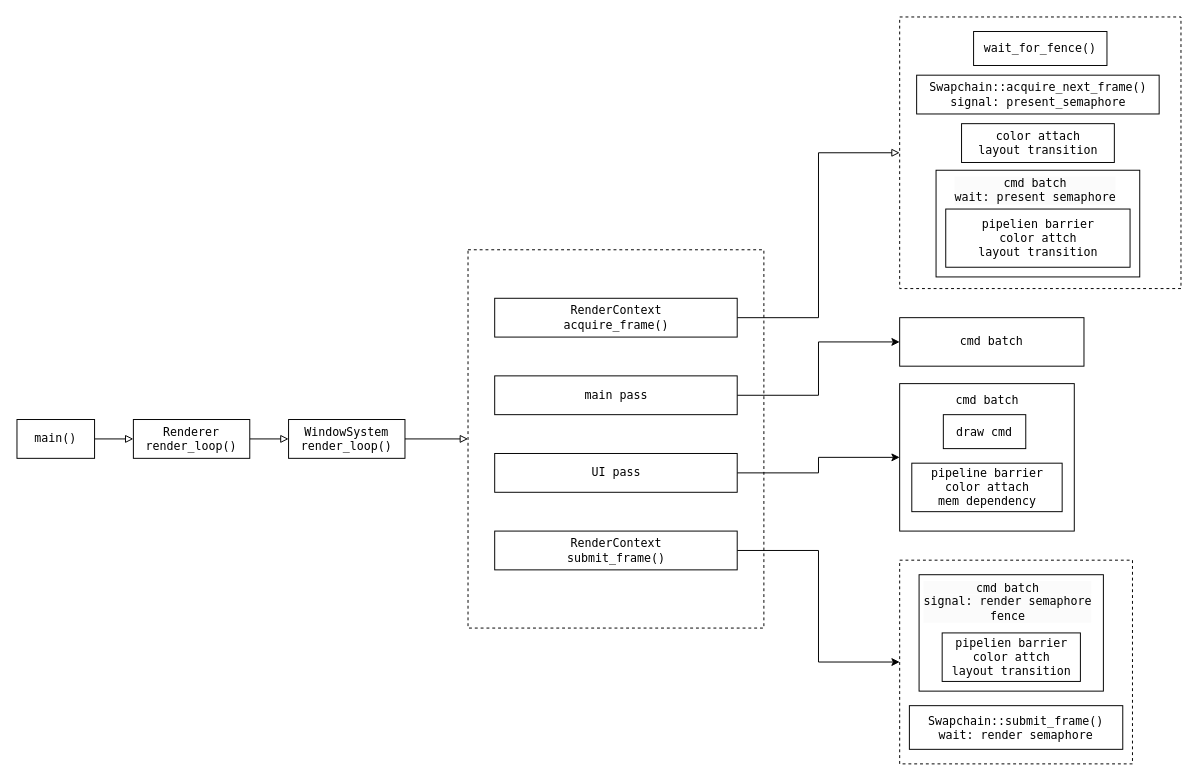
Above: doc/pass.drawio in acccoco/Render-Rust-vk-Truvis (draw.io), before the change. Source tidied: cells renumbered, new cells numbered last; positions are measured from the earlier drawing's top-left corner, leaving out a move shared by most shapes. Both pictures are drawn from the tidied source at 97%, with x=0, y=0 at pixel (16, 16).
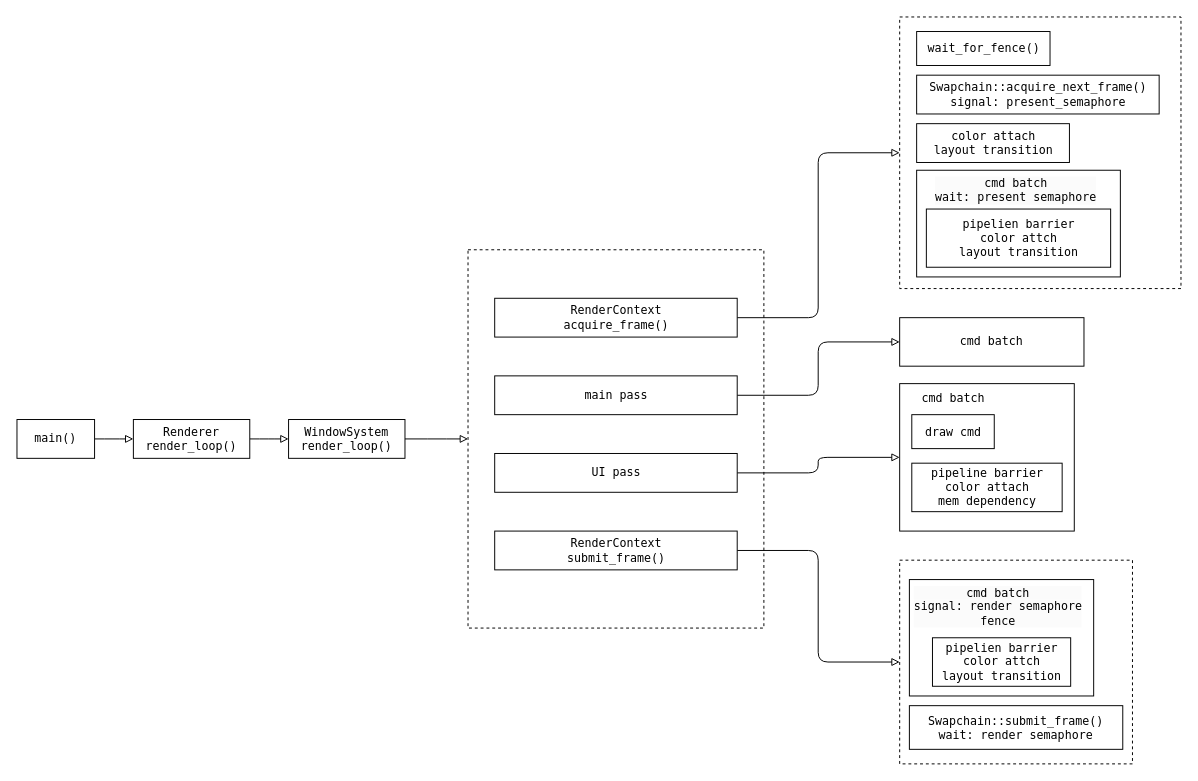
After the change.

Unchanged cells that the change refers to:
```xml
<mxCell id="2" style="rounded=0;whiteSpace=wrap;html=1;dashed=1;fontFamily=Lucida Console;" parent="1" vertex="1">
  <mxGeometry x="910" y="560" width="240" height="210" as="geometry" />
</mxCell>
<mxCell id="3" style="rounded=0;whiteSpace=wrap;html=1;dashed=1;fontFamily=Lucida Console;" parent="1" vertex="1">
  <mxGeometry x="910" width="290" height="280" as="geometry" />
</mxCell>
<mxCell id="4" style="rounded=0;whiteSpace=wrap;html=1;dashed=1;fontFamily=Lucida Console;" parent="1" vertex="1">
  <mxGeometry x="465" y="240" width="305" height="390" as="geometry" />
</mxCell>
<mxCell id="6" value="main()" style="rounded=0;whiteSpace=wrap;html=1;fontFamily=Lucida Console;" parent="1" vertex="1">
  <mxGeometry y="415" width="80" height="40" as="geometry" />
</mxCell>
<mxCell id="8" value="Renderer&lt;div&gt;render_loop()&lt;/div&gt;" style="rounded=0;whiteSpace=wrap;html=1;fontFamily=Lucida Console;" parent="1" vertex="1">
  <mxGeometry x="120" y="415" width="120" height="40" as="geometry" />
</mxCell>
<mxCell id="10" value="WindowSystem&lt;div&gt;render_loop()&lt;/div&gt;" style="rounded=0;whiteSpace=wrap;html=1;fontFamily=Lucida Console;" parent="1" vertex="1">
  <mxGeometry x="280" y="415" width="120" height="40" as="geometry" />
</mxCell>
<mxCell id="12" value="RenderContext&lt;div&gt;&lt;span style=&quot;background-color: initial;&quot;&gt;acquire_frame()&lt;/span&gt;&lt;/div&gt;" style="rounded=0;whiteSpace=wrap;html=1;fontFamily=Lucida Console;" parent="1" vertex="1">
  <mxGeometry x="492.5" y="290" width="250" height="40" as="geometry" />
</mxCell>
<mxCell id="14" value="UI pass" style="rounded=0;whiteSpace=wrap;html=1;fontFamily=Lucida Console;" parent="1" vertex="1">
  <mxGeometry x="492.5" y="450" width="250" height="40" as="geometry" />
</mxCell>
<mxCell id="16" value="main pass" style="rounded=0;whiteSpace=wrap;html=1;fontFamily=Lucida Console;" parent="1" vertex="1">
  <mxGeometry x="492.5" y="370" width="250" height="40" as="geometry" />
</mxCell>
<mxCell id="18" value="RenderContext&lt;div&gt;submit_frame()&lt;/div&gt;" style="rounded=0;whiteSpace=wrap;html=1;fontFamily=Lucida Console;" parent="1" vertex="1">
  <mxGeometry x="492.5" y="530" width="250" height="40" as="geometry" />
</mxCell>
<mxCell id="29" value="&lt;div&gt;&lt;span style=&quot;text-wrap: nowrap;&quot;&gt;cmd batch&lt;/span&gt;&lt;br&gt;&lt;/div&gt;" style="rounded=0;whiteSpace=wrap;html=1;fontFamily=Lucida Console;" parent="1" vertex="1">
  <mxGeometry x="910" y="310" width="190" height="50" as="geometry" />
</mxCell>
<mxCell id="30" value="&lt;div&gt;&lt;br&gt;&lt;/div&gt;" style="rounded=0;whiteSpace=wrap;html=1;fontFamily=Lucida Console;" parent="1" vertex="1">
  <mxGeometry x="910" y="378" width="180" height="152" as="geometry" />
</mxCell>
```

Change to the diagram source:
```diff
@@
-    <mxCell id="5" style="edgeStyle=orthogonalEdgeStyle;rounded=0;jettySize=auto;html=1;endArrow=block;endFill=0;fontFamily=Lucida Console;" parent="1" edge="1" source="6" target="8">
+    <mxCell id="5" style="edgeStyle=elbowEdgeStyle;rounded=1;jettySize=auto;html=1;endArrow=block;endFill=0;fontFamily=Lucida Console;curved=0;" parent="1" edge="1" source="6" target="8">
       <mxGeometry relative="1" as="geometry" />
     </mxCell>
@@
-    <mxCell id="7" style="edgeStyle=orthogonalEdgeStyle;rounded=0;jettySize=auto;html=1;endArrow=block;endFill=0;fontFamily=Lucida Console;" parent="1" edge="1" source="8" target="10">
+    <mxCell id="7" style="edgeStyle=elbowEdgeStyle;rounded=1;jettySize=auto;html=1;endArrow=block;endFill=0;fontFamily=Lucida Console;curved=0;" parent="1" edge="1" source="8" target="10">
       <mxGeometry relative="1" as="geometry" />
     </mxCell>
@@
-    <mxCell id="9" style="edgeStyle=orthogonalEdgeStyle;rounded=0;jettySize=auto;html=1;entryX=0;entryY=0.5;entryDx=0;entryDy=0;endArrow=block;endFill=0;fontFamily=Lucida Console;" parent="1" edge="1" source="10" target="4">
+    <mxCell id="9" style="edgeStyle=elbowEdgeStyle;rounded=1;jettySize=auto;html=1;entryX=0;entryY=0.5;entryDx=0;entryDy=0;endArrow=block;endFill=0;fontFamily=Lucida Console;curved=0;" parent="1" edge="1" source="10" target="4">
       <mxGeometry relative="1" as="geometry" />
     </mxCell>
@@
-    <mxCell id="11" style="edgeStyle=orthogonalEdgeStyle;rounded=0;jettySize=auto;html=1;endArrow=block;endFill=0;entryX=0;entryY=0.5;entryDx=0;entryDy=0;fontFamily=Lucida Console;" parent="1" edge="1" source="12" target="3">
+    <mxCell id="11" style="edgeStyle=elbowEdgeStyle;rounded=1;jettySize=auto;html=1;endArrow=block;endFill=0;entryX=0;entryY=0.5;entryDx=0;entryDy=0;fontFamily=Lucida Console;curved=0;" parent="1" edge="1" source="12" target="3">
       <mxGeometry relative="1" as="geometry" />
     </mxCell>
@@
-    <mxCell id="13" style="edgeStyle=orthogonalEdgeStyle;rounded=0;jettySize=auto;html=1;entryX=0;entryY=0.5;entryDx=0;entryDy=0;fontFamily=Lucida Console;" parent="1" edge="1" source="14" target="30">
+    <mxCell id="13" style="edgeStyle=elbowEdgeStyle;rounded=1;jettySize=auto;html=1;entryX=0;entryY=0.5;entryDx=0;entryDy=0;fontFamily=Lucida Console;curved=0;endArrow=block;endFill=0;" parent="1" edge="1" source="14" target="30">
       <mxGeometry relative="1" as="geometry" />
     </mxCell>
@@
-    <mxCell id="15" style="edgeStyle=orthogonalEdgeStyle;rounded=0;jettySize=auto;html=1;fontFamily=Lucida Console;entryX=0;entryY=0.5;entryDx=0;entryDy=0;" parent="1" edge="1" source="16" target="29">
+    <mxCell id="15" style="edgeStyle=elbowEdgeStyle;rounded=1;jettySize=auto;html=1;fontFamily=Lucida Console;entryX=0;entryY=0.5;entryDx=0;entryDy=0;curved=0;endArrow=block;endFill=0;" parent="1" edge="1" source="16" target="29">
       <mxGeometry relative="1" as="geometry" />
     </mxCell>
@@
-    <mxCell id="17" style="edgeStyle=orthogonalEdgeStyle;rounded=0;jettySize=auto;html=1;entryX=0;entryY=0.5;entryDx=0;entryDy=0;fontFamily=Lucida Console;" parent="1" edge="1" source="18" target="2">
+    <mxCell id="17" style="edgeStyle=elbowEdgeStyle;rounded=1;jettySize=auto;html=1;entryX=0;entryY=0.5;entryDx=0;entryDy=0;fontFamily=Lucida Console;curved=0;endArrow=block;endFill=0;" parent="1" edge="1" source="18" target="2">
       <mxGeometry relative="1" as="geometry" />
     </mxCell>
@@
     <mxCell id="19" value="wait_for_fence()" style="rounded=0;whiteSpace=wrap;html=1;fontFamily=Lucida Console;" parent="1" vertex="1">
-      <mxGeometry x="986.2" y="15" width="137.5" height="35" as="geometry" />
+      <mxGeometry x="927.5" y="15" width="137.5" height="35" as="geometry" />
     </mxCell>
@@
     <mxCell id="21" value="color attach&lt;div&gt;layout transition&lt;/div&gt;" style="rounded=0;whiteSpace=wrap;html=1;fontFamily=Lucida Console;" parent="1" vertex="1">
-      <mxGeometry x="973.8" y="110" width="157.5" height="40" as="geometry" />
+      <mxGeometry x="927.5" y="110" width="157.5" height="40" as="geometry" />
     </mxCell>
     <mxCell id="22" value="&lt;div&gt;&lt;br&gt;&lt;/div&gt;" style="rounded=0;whiteSpace=wrap;html=1;fontFamily=Lucida Console;" parent="1" vertex="1">
-      <mxGeometry x="947.5" y="158" width="210" height="110" as="geometry" />
+      <mxGeometry x="927.5" y="158" width="210" height="110" as="geometry" />
     </mxCell>
     <mxCell id="23" value="pipelien barrier&lt;div&gt;color attch&lt;/div&gt;&lt;div&gt;layout transition&lt;/div&gt;" style="rounded=0;whiteSpace=wrap;html=1;fontFamily=Lucida Console;" parent="1" vertex="1">
-      <mxGeometry x="957.5" y="198" width="190" height="60" as="geometry" />
+      <mxGeometry x="937.5" y="198" width="190" height="60" as="geometry" />
     </mxCell>
     <mxCell id="24" value="&lt;div style=&quot;forced-color-adjust: none; color: rgb(0, 0, 0); font-size: 12px; font-style: normal; font-variant-ligatures: normal; font-variant-caps: normal; font-weight: 400; letter-spacing: normal; orphans: 2; text-align: center; text-indent: 0px; text-transform: none; widows: 2; word-spacing: 0px; -webkit-text-stroke-width: 0px; white-space: normal; background-color: rgb(251, 251, 251); text-decoration-thickness: initial; text-decoration-style: initial; text-decoration-color: initial;&quot;&gt;cmd batch&lt;/div&gt;&lt;div style=&quot;forced-color-adjust: none; color: rgb(0, 0, 0); font-size: 12px; font-style: normal; font-variant-ligatures: normal; font-variant-caps: normal; font-weight: 400; letter-spacing: normal; orphans: 2; text-align: center; text-indent: 0px; text-transform: none; widows: 2; word-spacing: 0px; -webkit-text-stroke-width: 0px; white-space: normal; background-color: rgb(251, 251, 251); text-decoration-thickness: initial; text-decoration-style: initial; text-decoration-color: initial;&quot;&gt;&lt;span style=&quot;forced-color-adjust: none; background-color: initial;&quot;&gt;wait: present semaphore&lt;/span&gt;&lt;/div&gt;" style="text;whiteSpace=wrap;html=1;fontFamily=Lucida Console;" parent="1" vertex="1">
-      <mxGeometry x="965" y="158" width="170" height="40" as="geometry" />
+      <mxGeometry x="945" y="158" width="170" height="40" as="geometry" />
     </mxCell>
     <mxCell id="25" value="&lt;div&gt;&lt;br&gt;&lt;/div&gt;" style="rounded=0;whiteSpace=wrap;html=1;fontFamily=Lucida Console;" parent="1" vertex="1">
-      <mxGeometry x="930" y="575" width="190" height="120" as="geometry" />
+      <mxGeometry x="920" y="580" width="190" height="120" as="geometry" />
     </mxCell>
     <mxCell id="26" value="pipelien barrier&lt;div&gt;color attch&lt;/div&gt;&lt;div&gt;layout transition&lt;/div&gt;" style="rounded=0;whiteSpace=wrap;html=1;fontFamily=Lucida Console;" parent="1" vertex="1">
-      <mxGeometry x="953.8" y="635" width="142.5" height="50" as="geometry" />
+      <mxGeometry x="943.8" y="640" width="142.5" height="50" as="geometry" />
     </mxCell>
     <mxCell id="27" value="&lt;div style=&quot;forced-color-adjust: none; color: rgb(0, 0, 0); font-size: 12px; font-style: normal; font-variant-ligatures: normal; font-variant-caps: normal; font-weight: 400; letter-spacing: normal; orphans: 2; text-align: center; text-indent: 0px; text-transform: none; widows: 2; word-spacing: 0px; -webkit-text-stroke-width: 0px; white-space: normal; background-color: rgb(251, 251, 251); text-decoration-thickness: initial; text-decoration-style: initial; text-decoration-color: initial;&quot;&gt;cmd batch&lt;/div&gt;&lt;div style=&quot;forced-color-adjust: none; color: rgb(0, 0, 0); font-size: 12px; font-style: normal; font-variant-ligatures: normal; font-variant-caps: normal; font-weight: 400; letter-spacing: normal; orphans: 2; text-align: center; text-indent: 0px; text-transform: none; widows: 2; word-spacing: 0px; -webkit-text-stroke-width: 0px; white-space: normal; background-color: rgb(251, 251, 251); text-decoration-thickness: initial; text-decoration-style: initial; text-decoration-color: initial;&quot;&gt;&lt;span style=&quot;forced-color-adjust: none; background-color: initial;&quot;&gt;signal: render semaphore&lt;/span&gt;&lt;/div&gt;&lt;div style=&quot;forced-color-adjust: none; color: rgb(0, 0, 0); font-size: 12px; font-style: normal; font-variant-ligatures: normal; font-variant-caps: normal; font-weight: 400; letter-spacing: normal; orphans: 2; text-align: center; text-indent: 0px; text-transform: none; widows: 2; word-spacing: 0px; -webkit-text-stroke-width: 0px; white-space: normal; background-color: rgb(251, 251, 251); text-decoration-thickness: initial; text-decoration-style: initial; text-decoration-color: initial;&quot;&gt;&lt;span style=&quot;forced-color-adjust: none; background-color: initial;&quot;&gt;fence&lt;/span&gt;&lt;/div&gt;" style="text;whiteSpace=wrap;html=1;fontFamily=Lucida Console;" parent="1" vertex="1">
-      <mxGeometry x="932.5" y="575" width="187.5" height="50" as="geometry" />
+      <mxGeometry x="922.5" y="580" width="187.5" height="50" as="geometry" />
     </mxCell>
@@
     <mxCell id="31" value="cmd batch" style="text;html=1;align=center;verticalAlign=middle;strokeColor=none;fillColor=none;fontFamily=Lucida Console;" parent="1" vertex="1">
-      <mxGeometry x="955" y="380" width="90" height="30" as="geometry" />
+      <mxGeometry x="920" y="378" width="90" height="30" as="geometry" />
     </mxCell>
@@
     <mxCell id="33" value="&lt;div&gt;&lt;span style=&quot;text-wrap: nowrap;&quot;&gt;draw cmd&lt;/span&gt;&lt;/div&gt;" style="rounded=0;whiteSpace=wrap;html=1;fontFamily=Lucida Console;" parent="1" vertex="1">
-      <mxGeometry x="955" y="410" width="85" height="35" as="geometry" />
+      <mxGeometry x="922.5" y="410" width="85" height="35" as="geometry" />
     </mxCell>
```
